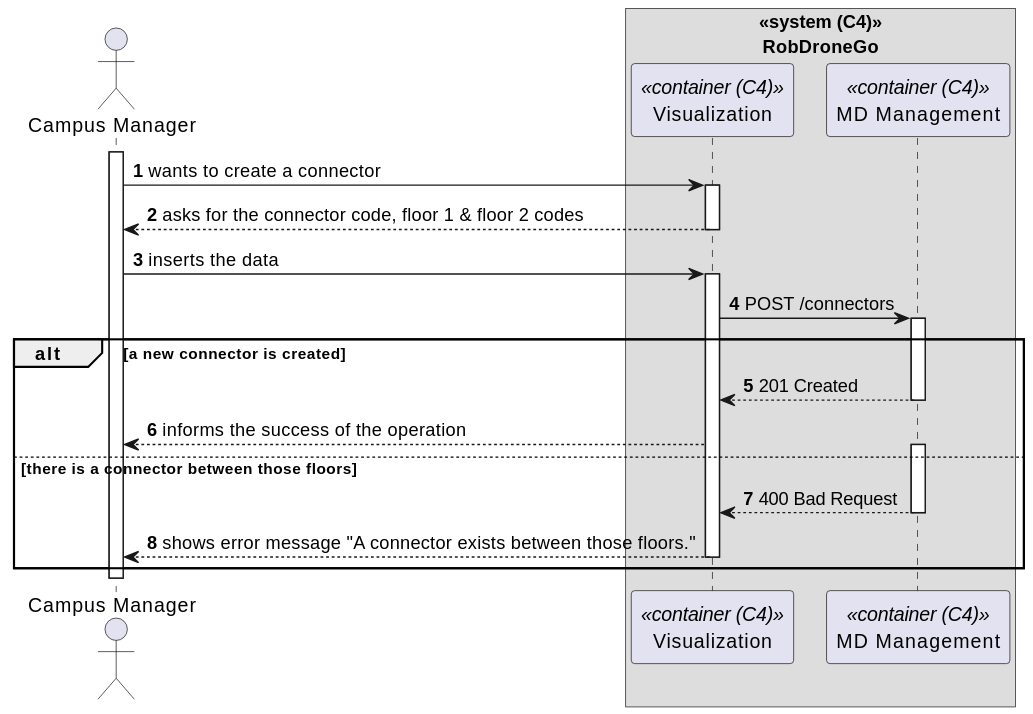
Above: _wiki/sprint-b/us33-1170/views/level-2/assets/process-view.svg in miseEnPlace-dev/lapr5 (PlantUML), before the change. Its diagram source:
```plantuml
@startuml process-view
autonumber
skinparam DefaultTextAlignment<<center>> center

actor CM as "Campus Manager"

box "«system (C4)»\nRobDroneGo" <<center>>
  participant UI as "Visualization" <<container (C4)>>
  participant MD as "MD Management" <<container (C4)>>
end box

activate CM

CM -> UI : wants to create a connector
activate UI

CM <-- UI : asks for the connector code, floor 1 & floor 2 codes
deactivate UI

CM -> UI : inserts the data
activate UI

UI -> MD : POST /connectors
activate MD

alt a new connector is created
  UI <-- MD : 201 Created
  deactivate MD

  CM <-- UI : informs the success of the operation
else there is a connector between those floors
  activate MD
  UI <-- MD : 400 Bad Request
  deactivate MD

  CM <-- UI : shows error message "A connector exists between those floors."
  deactivate UI
end

deactivate CM

@enduml
```
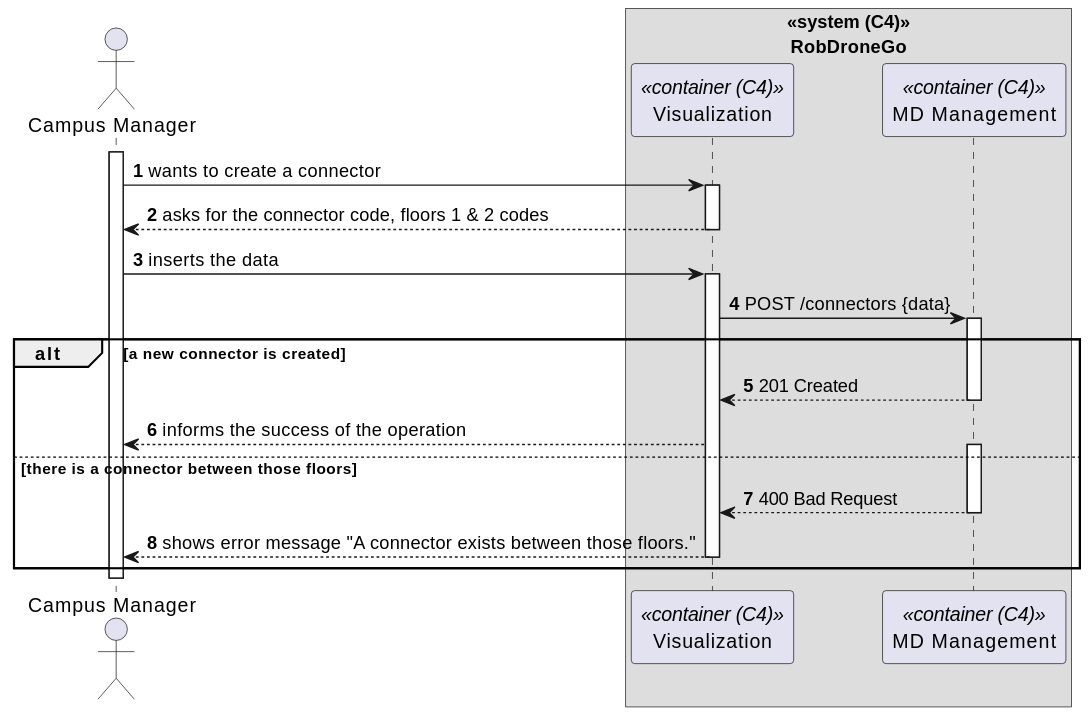
Later version of the same file.

Commit message:
docs(us1170): updated level 2 process view

Diff of the diagram source:
```diff
@@ -14,13 +14,13 @@
 CM -> UI : wants to create a connector
 activate UI
 
-CM <-- UI : asks for the connector code, floor 1 & floor 2 codes
+CM <-- UI : asks for the connector code, floors 1 & 2 codes
 deactivate UI
 
 CM -> UI : inserts the data
 activate UI
 
-UI -> MD : POST /connectors
+UI -> MD : POST /connectors {data}
 activate MD
 
 alt a new connector is created
```
